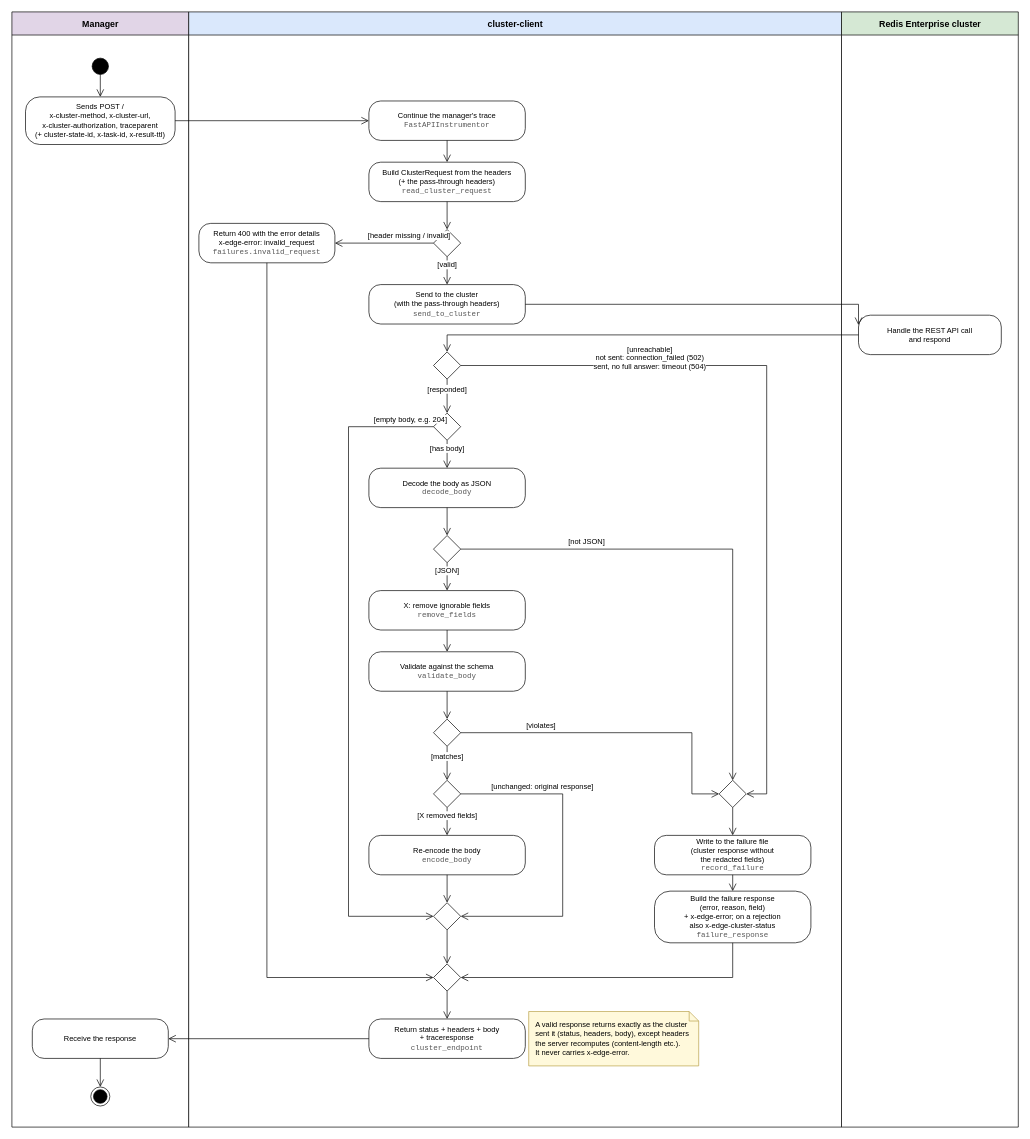
Earlier version of the draw.io diagram docs/diagrams/flow.drawio (EliShteinman/cluster-client). Source tidied: cells renumbered, new cells numbered last; positions are measured from the earlier drawing's top-left corner, leaving out a move shared by most shapes. Both pictures are drawn from the tidied source at 68%, with x=0, y=0 at pixel (12, 12).
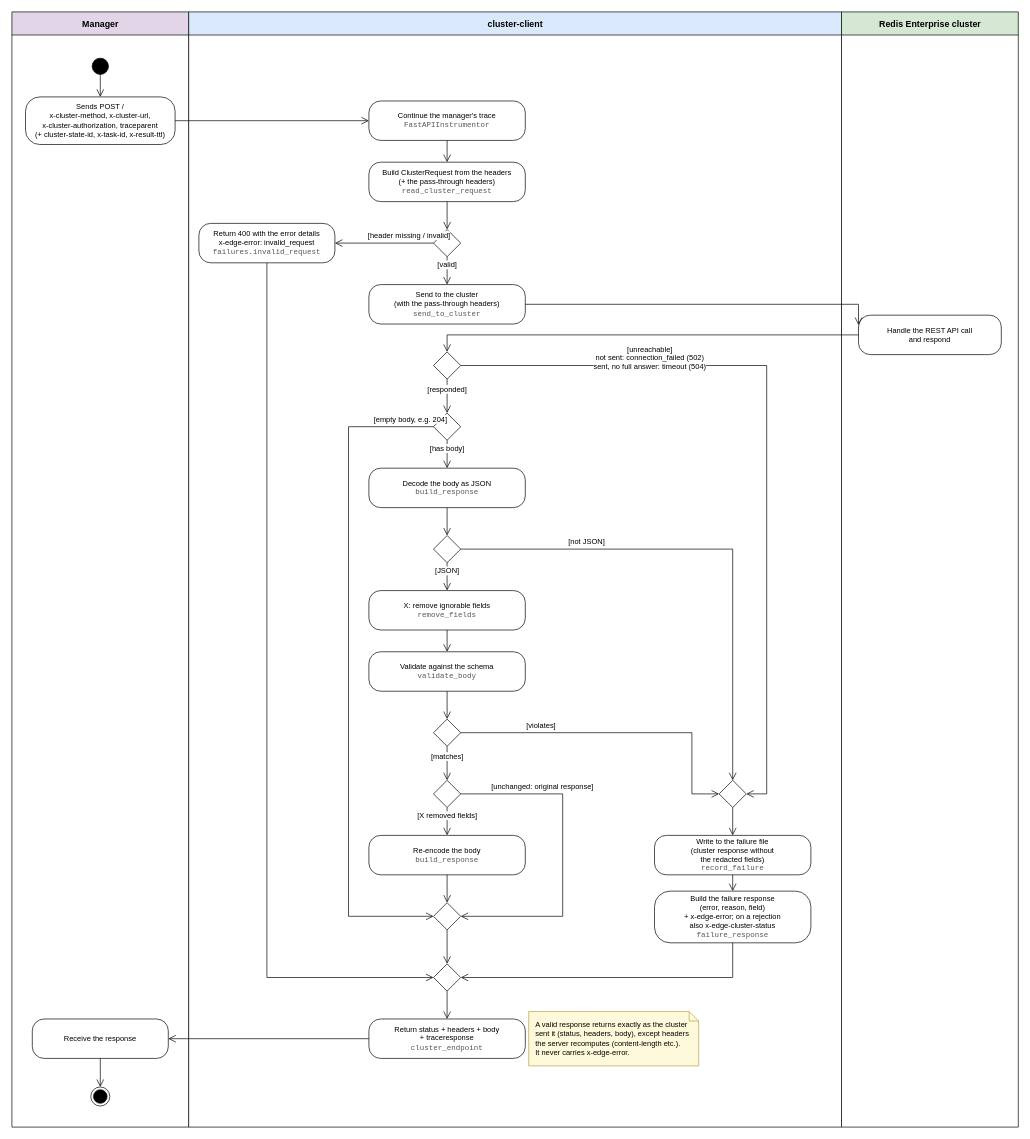
The same diagram, later.

The edit, as a diff of the source:
```diff
@@
-    <mxCell id="15" value="Decode the body as JSON&lt;br&gt;&lt;font color=&quot;#555555&quot; face=&quot;Courier New&quot;&gt;decode_body&lt;/font&gt;" style="rounded=1;arcSize=30;whiteSpace=wrap;html=1;fillColor=#FFFFFF;fontFamily=Helvetica;fontSize=11;" parent="1" vertex="1">
+    <mxCell id="15" value="Decode the body as JSON&lt;br&gt;&lt;font color=&quot;#555555&quot; face=&quot;Courier New&quot;&gt;build_response&lt;/font&gt;" style="rounded=1;arcSize=30;whiteSpace=wrap;html=1;fillColor=#FFFFFF;fontFamily=Helvetica;fontSize=11;" parent="1" vertex="1">
       <mxGeometry x="525" y="671" width="230" height="58" as="geometry" />
     </mxCell>
@@
-    <mxCell id="21" value="Re-encode the body&lt;br&gt;&lt;font color=&quot;#555555&quot; face=&quot;Courier New&quot;&gt;encode_body&lt;/font&gt;" style="rounded=1;arcSize=30;whiteSpace=wrap;html=1;fillColor=#FFFFFF;fontFamily=Helvetica;fontSize=11;" parent="1" vertex="1">
+    <mxCell id="21" value="Re-encode the body&lt;br&gt;&lt;font color=&quot;#555555&quot; face=&quot;Courier New&quot;&gt;build_response&lt;/font&gt;" style="rounded=1;arcSize=30;whiteSpace=wrap;html=1;fillColor=#FFFFFF;fontFamily=Helvetica;fontSize=11;" parent="1" vertex="1">
       <mxGeometry x="525" y="1211" width="230" height="58" as="geometry" />
     </mxCell>
```
